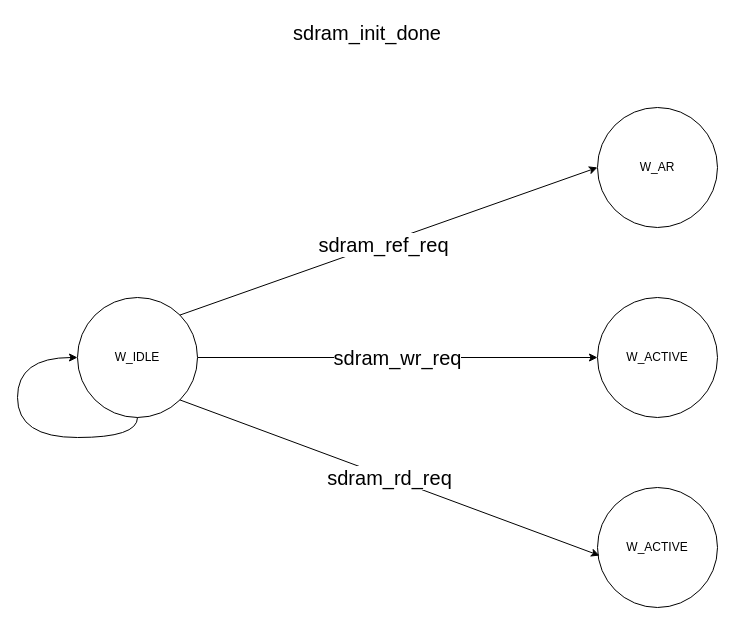
Before: hardware/sdram_states.drawio in Manistein/let-us-build-a-computer-system, a draw.io diagram. Source tidied: cells renumbered, new cells numbered last; positions are measured from the earlier drawing's top-left corner, leaving out a move shared by most shapes. Both pictures are drawn from the tidied source at 100%, with x=0, y=0 at pixel (17, 17).
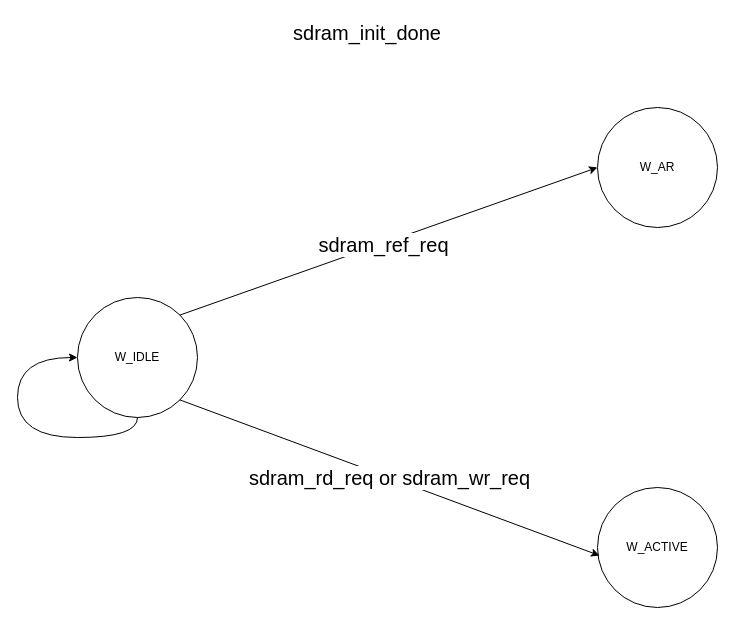
The same diagram, later.

Diff of the diagram source:
```diff
@@
 <mxGraphModel>
   <root>
     <mxCell id="0" />
     <mxCell id="1" parent="0" />
-    <mxCell id="2" value="&lt;font style=&quot;font-size: 20px;&quot;&gt;sdram_wr_req&lt;/font&gt;" style="edgeStyle=orthogonalEdgeStyle;rounded=0;jettySize=auto;html=1;exitX=1;exitY=0.5;exitDx=0;exitDy=0;" parent="1" edge="1" source="3" target="11">
-      <mxGeometry relative="1" as="geometry" />
-    </mxCell>
     <mxCell id="3" value="W_IDLE" style="ellipse;whiteSpace=wrap;html=1;" parent="1" vertex="1">
       <mxGeometry x="60" y="280" width="120" height="120" as="geometry" />
     </mxCell>
     <mxCell id="4" value="W_AR" style="ellipse;whiteSpace=wrap;html=1;" parent="1" vertex="1">
       <mxGeometry x="580" y="90" width="120" height="120" as="geometry" />
     </mxCell>
     <mxCell id="5" style="rounded=0;jettySize=auto;html=1;exitX=1;exitY=0;exitDx=0;exitDy=0;entryX=0;entryY=0.5;entryDx=0;entryDy=0;" parent="1" edge="1" source="3" target="4">
       <mxGeometry relative="1" as="geometry" />
     </mxCell>
     <mxCell id="6" value="&lt;font style=&quot;font-size: 20px;&quot;&gt;sdram_ref_req&lt;/font&gt;" style="edgeLabel;html=1;align=center;verticalAlign=middle;" parent="5" vertex="1">
       <mxGeometry x="-0.03" y="-1" relative="1" as="geometry" />
     </mxCell>
     <mxCell id="7" value="W_ACTIVE" style="ellipse;whiteSpace=wrap;html=1;" parent="1" vertex="1">
       <mxGeometry x="580" y="470" width="120" height="120" as="geometry" />
     </mxCell>
-    <mxCell id="8" value="&lt;font style=&quot;font-size: 20px;&quot;&gt;sdram_rd_req&lt;/font&gt;" style="rounded=0;jettySize=auto;html=1;exitX=1;exitY=1;exitDx=0;exitDy=0;entryX=0.017;entryY=0.567;entryDx=0;entryDy=0;entryPerimeter=0;" parent="1" edge="1" source="3" target="7">
+    <mxCell id="8" value="&lt;font style=&quot;font-size: 20px;&quot;&gt;sdram_rd_req or sdram_wr_req&lt;/font&gt;" style="rounded=0;jettySize=auto;html=1;exitX=1;exitY=1;exitDx=0;exitDy=0;entryX=0.017;entryY=0.567;entryDx=0;entryDy=0;entryPerimeter=0;" parent="1" edge="1" source="3" target="7">
       <mxGeometry relative="1" as="geometry" />
     </mxCell>
     <mxCell id="9" style="edgeStyle=orthogonalEdgeStyle;rounded=0;orthogonalLoop=1;jettySize=auto;html=1;exitX=0.5;exitY=1;exitDx=0;exitDy=0;entryX=0;entryY=0.5;entryDx=0;entryDy=0;curved=1;" parent="1" edge="1" source="3" target="3">
       <mxGeometry relative="1" as="geometry">
         <Array as="points">
           <mxPoint x="120" y="420" />
           <mxPoint y="420" />
           <mxPoint y="340" />
         </Array>
       </mxGeometry>
     </mxCell>
     <mxCell id="10" value="&lt;font style=&quot;font-size: 20px;&quot;&gt;sdram_init_done&lt;/font&gt;" style="text;strokeColor=none;align=center;fillColor=none;html=1;verticalAlign=middle;whiteSpace=wrap;rounded=0;" parent="1" vertex="1">
       <mxGeometry x="320" width="60" height="30" as="geometry" />
     </mxCell>
-    <mxCell id="11" value="W_ACTIVE" style="ellipse;whiteSpace=wrap;html=1;" parent="1" vertex="1">
-      <mxGeometry x="580" y="280" width="120" height="120" as="geometry" />
-    </mxCell>
   </root>
 </mxGraphModel>
```
